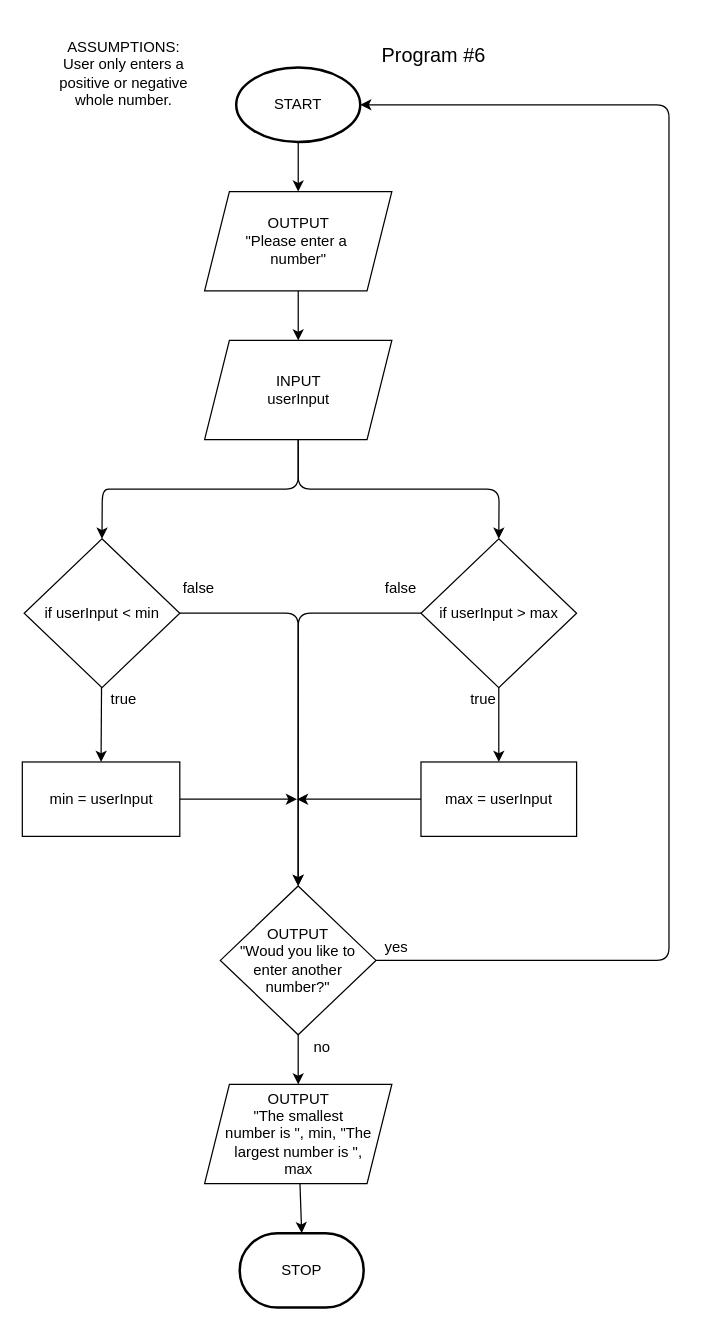
The draw.io diagram diagrams/assignment-1.drawio in aburke15/documentation, before the edit. Source tidied: cells renumbered, new cells numbered last; positions are measured from the earlier drawing's top-left corner, leaving out a move shared by most shapes. Both pictures are drawn from the tidied source at 124%, with x=0, y=0 at pixel (21, 30).
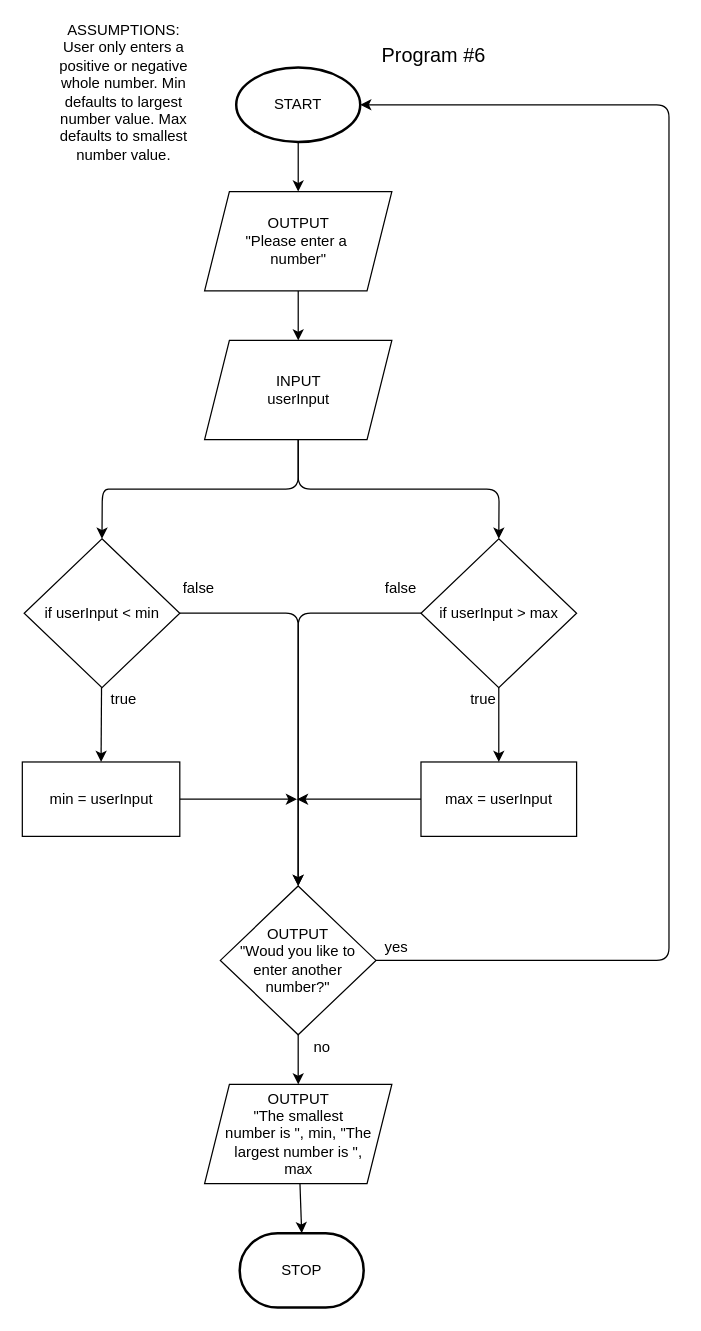
After the change.

Diff of the diagram source:
```diff
@@
-    <mxCell id="32" value="ASSUMPTIONS:&lt;br&gt;User only enters a positive or negative whole number." style="text;html=1;strokeColor=none;fillColor=none;align=center;verticalAlign=middle;whiteSpace=wrap;rounded=0;" parent="1" vertex="1">
-      <mxGeometry x="16.5" width="131" height="70" as="geometry" />
+    <mxCell id="32" value="ASSUMPTIONS:&lt;br&gt;User only enters a positive or negative whole number. Min defaults to largest number value. Max defaults to smallest number value." style="text;html=1;strokeColor=none;fillColor=none;align=center;verticalAlign=middle;whiteSpace=wrap;rounded=0;" parent="1" vertex="1">
+      <mxGeometry x="16.5" width="131" height="100" as="geometry" />
     </mxCell>
```
